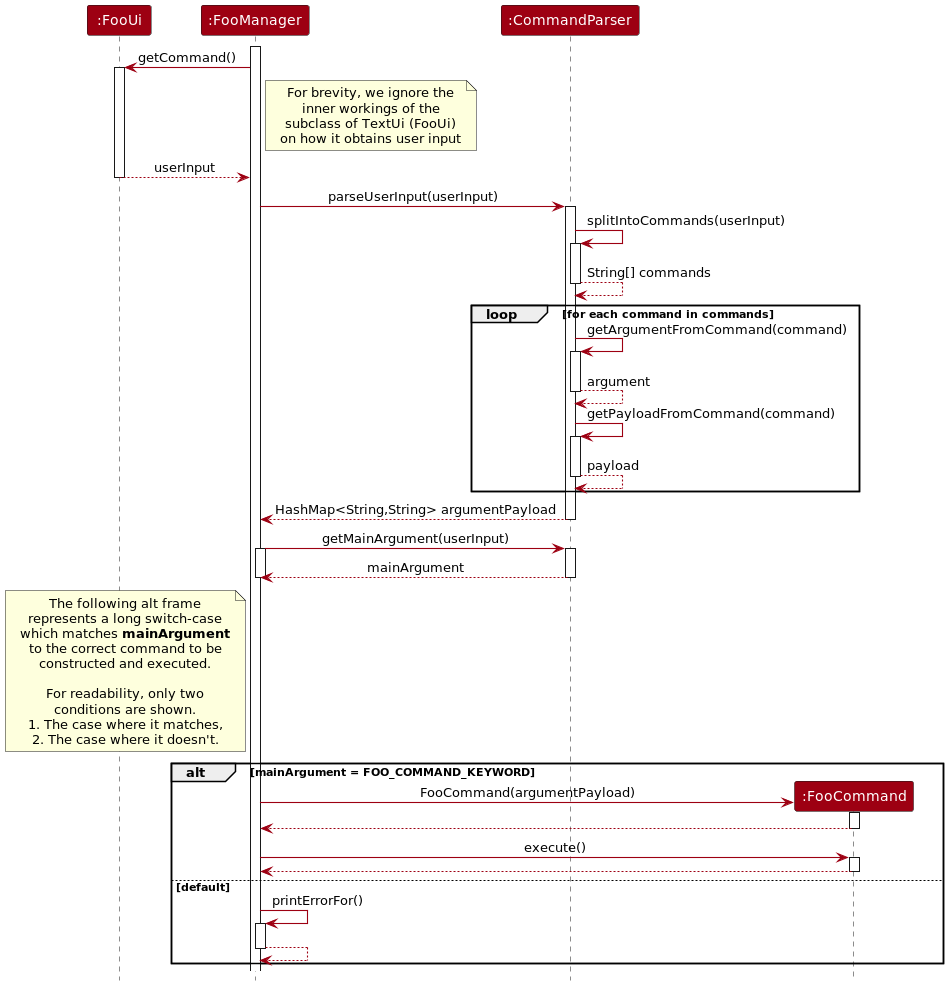
Before: docs/diagrams/CommandParserSequence.png, a diagram exported from PlantUML (wenxin-c/tp).
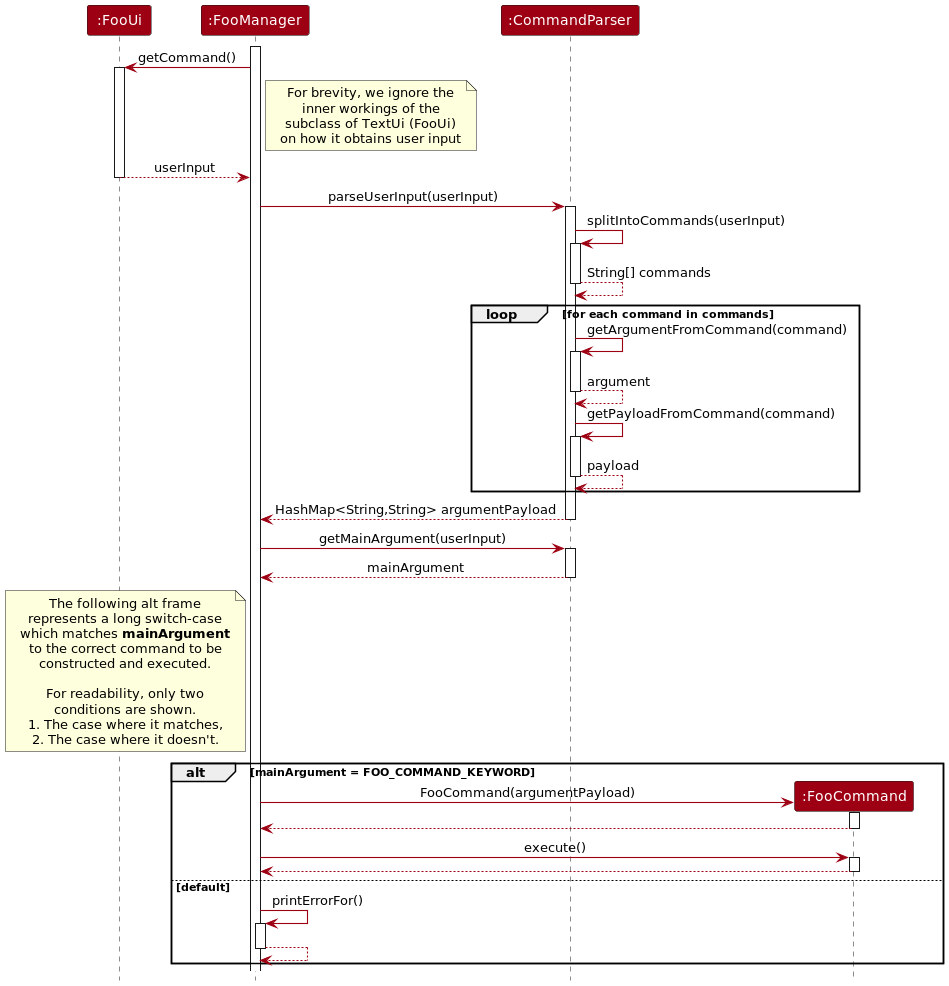
After the commit.

Commit message:
Fix diagram errors

Change to the diagram source:
```diff
@@ -48,11 +48,9 @@
 deactivate CommandParser
 
 Manager -> CommandParser: getMainArgument(userInput)
-activate Manager
 activate CommandParser
 CommandParser --> Manager :mainArgument
 deactivate CommandParser
-deactivate Manager
 
 note left of Manager
 The following alt frame
```
